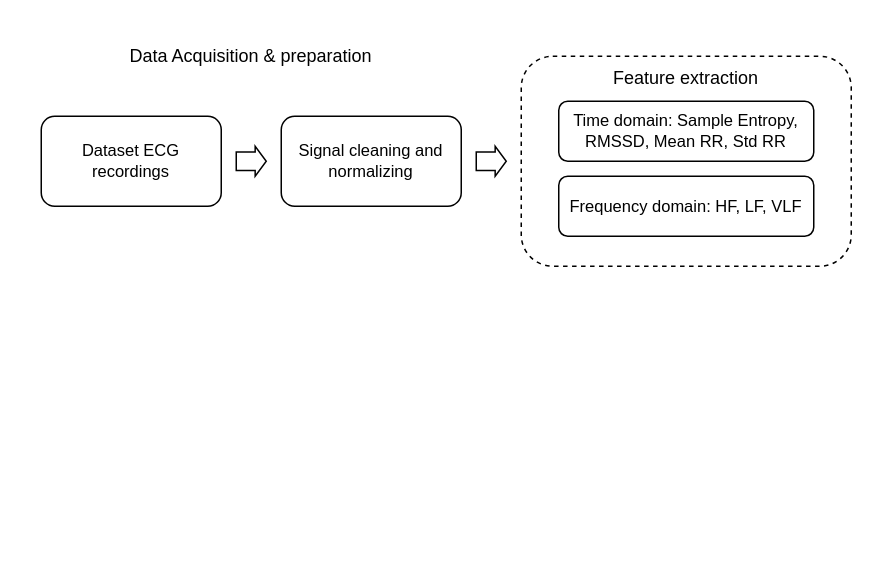
This is AUX/Anxiety_flowchart.drawio from baleninha/AnxietyNN, a draw.io file, before an edit. Source tidied: cells renumbered, new cells numbered last; positions are measured from the earlier drawing's top-left corner, leaving out a move shared by most shapes. Both pictures are drawn from the tidied source at 150%, with x=0, y=0 at pixel (40, 26).
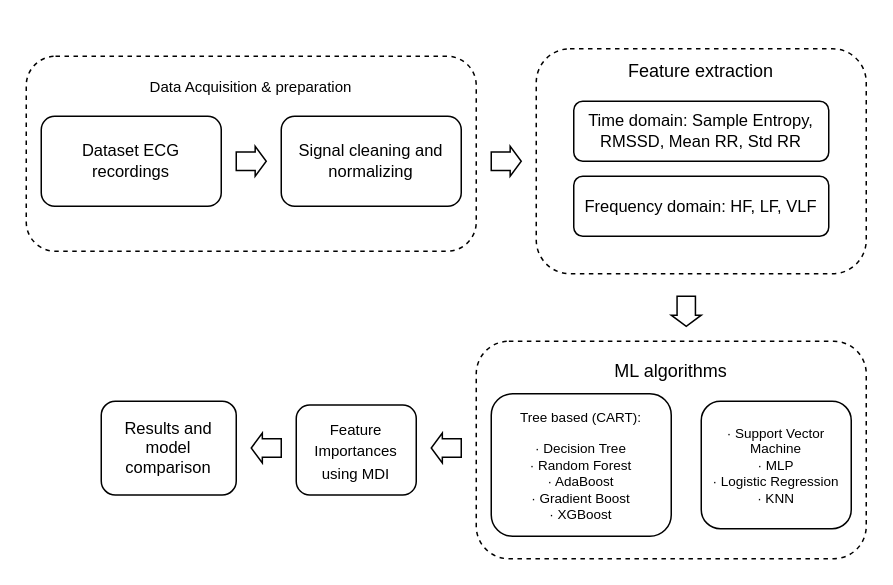
The same page after the edit.

The edit, as a diff of the source:
```diff
@@
+    <mxCell id="11" style="rounded=1;whiteSpace=wrap;html=1;dashed=1;" parent="1" vertex="1">
+      <mxGeometry x="-10" y="20" width="300" height="130" as="geometry" />
+    </mxCell>
@@
-    <mxCell id="3" value="Data Acquisition &amp;amp; preparation" style="text;html=1;align=center;verticalAlign=middle;whiteSpace=wrap;rounded=0;" parent="1" vertex="1">
-      <mxGeometry x="40" width="200" height="40" as="geometry" />
+    <mxCell id="3" value="&lt;font style=&quot;font-size: 10px;&quot;&gt;Data Acquisition &amp;amp; preparation&lt;/font&gt;" style="text;html=1;align=center;verticalAlign=middle;whiteSpace=wrap;rounded=0;" parent="1" vertex="1">
+      <mxGeometry x="70" y="30" width="140" height="20" as="geometry" />
     </mxCell>
@@
     <mxCell id="5" style="rounded=1;whiteSpace=wrap;html=1;dashed=1;" parent="1" vertex="1">
-      <mxGeometry x="320" y="20" width="220" height="140" as="geometry" />
+      <mxGeometry x="330" y="15" width="220" height="150" as="geometry" />
     </mxCell>
     <mxCell id="6" value="Time domain: Sample Entropy, RMSSD, Mean RR, Std RR" style="rounded=1;whiteSpace=wrap;html=1;fontSize=11;" parent="1" vertex="1">
-      <mxGeometry x="345" y="50" width="170" height="40" as="geometry" />
+      <mxGeometry x="355" y="50" width="170" height="40" as="geometry" />
     </mxCell>
     <mxCell id="7" value="Frequency domain: HF, LF, VLF" style="rounded=1;whiteSpace=wrap;html=1;fontSize=11;" parent="1" vertex="1">
-      <mxGeometry x="345" y="100" width="170" height="40" as="geometry" />
+      <mxGeometry x="355" y="100" width="170" height="40" as="geometry" />
     </mxCell>
     <mxCell id="8" value="Feature extraction" style="text;html=1;align=center;verticalAlign=middle;whiteSpace=wrap;rounded=0;" parent="1" vertex="1">
-      <mxGeometry x="380" y="20" width="100" height="30" as="geometry" />
+      <mxGeometry x="390" y="15" width="100" height="30" as="geometry" />
     </mxCell>
@@
     <mxCell id="10" style="shape=singleArrow;whiteSpace=wrap;html=1;arrowWidth=0.6123802548363092;arrowSize=0.36971400669642945;" parent="1" vertex="1">
-      <mxGeometry x="290" y="80" width="20" height="20" as="geometry" />
+      <mxGeometry x="300" y="80" width="20" height="20" as="geometry" />
     </mxCell>
+    <mxCell id="12" style="rounded=1;whiteSpace=wrap;html=1;dashed=1;" parent="1" vertex="1">
+      <mxGeometry x="290" y="210" width="260" height="145" as="geometry" />
+    </mxCell>
+    <mxCell id="13" value="ML algorithms" style="text;html=1;align=center;verticalAlign=middle;whiteSpace=wrap;rounded=0;" parent="1" vertex="1">
+      <mxGeometry x="350" y="215" width="140" height="30" as="geometry" />
+    </mxCell>
+    <mxCell id="14" value="&lt;font style=&quot;font-size: 9px;&quot;&gt;&lt;br style=&quot;font-size: 9px;&quot;&gt;Tree based (CART):&lt;br style=&quot;font-size: 9px;&quot;&gt;&lt;br style=&quot;font-size: 9px;&quot;&gt;· Decision Tree&lt;br style=&quot;font-size: 9px;&quot;&gt;· Random Forest&lt;br style=&quot;font-size: 9px;&quot;&gt;· AdaBoost&lt;br style=&quot;font-size: 9px;&quot;&gt;· Gradient Boost&lt;br style=&quot;font-size: 9px;&quot;&gt;· XGBoost&lt;/font&gt;&lt;div style=&quot;font-size: 9px;&quot;&gt;&lt;br style=&quot;font-size: 9px;&quot;&gt;&lt;/div&gt;" style="rounded=1;whiteSpace=wrap;html=1;fontSize=9;" parent="1" vertex="1">
+      <mxGeometry x="300" y="245" width="120" height="95" as="geometry" />
+    </mxCell>
+    <mxCell id="15" value="&lt;br&gt;· Support Vector Machine&lt;br&gt;· MLP&lt;br&gt;· Logistic Regression&lt;br&gt;· KNN&lt;div&gt;&lt;br&gt;&lt;/div&gt;" style="rounded=1;whiteSpace=wrap;html=1;fontSize=9;" parent="1" vertex="1">
+      <mxGeometry x="440" y="250" width="100" height="85" as="geometry" />
+    </mxCell>
+    <mxCell id="16" style="shape=singleArrow;whiteSpace=wrap;html=1;arrowWidth=0.6123802548363092;arrowSize=0.36971400669642945;rotation=90;" parent="1" vertex="1">
+      <mxGeometry x="420" y="180" width="20" height="20" as="geometry" />
+    </mxCell>
+    <mxCell id="17" value="&lt;font style=&quot;font-size: 10px;&quot;&gt;Feature Importances using MDI&lt;/font&gt;" style="rounded=1;whiteSpace=wrap;html=1;" parent="1" vertex="1">
+      <mxGeometry x="170" y="252.5" width="80" height="60" as="geometry" />
+    </mxCell>
+    <mxCell id="18" value="Results and model comparison" style="rounded=1;whiteSpace=wrap;html=1;fontSize=11;" parent="1" vertex="1">
+      <mxGeometry x="40" y="250" width="90" height="62.5" as="geometry" />
+    </mxCell>
+    <mxCell id="19" style="shape=singleArrow;whiteSpace=wrap;html=1;arrowWidth=0.6123802548363092;arrowSize=0.36971400669642945;rotation=-180;" parent="1" vertex="1">
+      <mxGeometry x="260" y="271.2" width="20" height="20" as="geometry" />
+    </mxCell>
+    <mxCell id="20" style="shape=singleArrow;whiteSpace=wrap;html=1;arrowWidth=0.6123802548363092;arrowSize=0.36971400669642945;rotation=-180;" parent="1" vertex="1">
+      <mxGeometry x="140" y="271.2" width="20" height="20" as="geometry" />
+    </mxCell>
```
